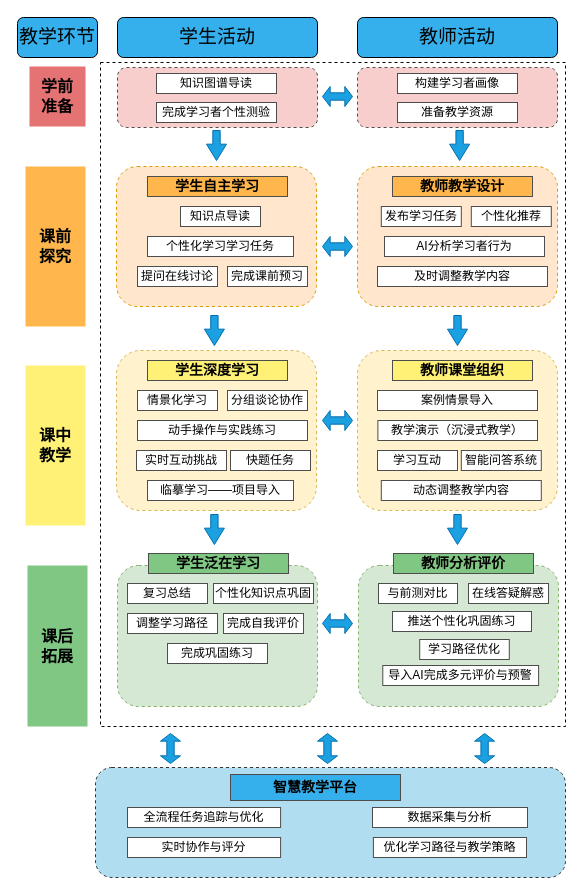
xewy/qimo2 keeps this draw.io diagram as 混合式教学模式框架.drawio. Above is the earlier version. Source tidied: cells renumbered, new cells numbered last; positions are measured from the earlier drawing's top-left corner, leaving out a move shared by most shapes. Both pictures are drawn from the tidied source at 100%, with x=0, y=0 at pixel (17, 17).
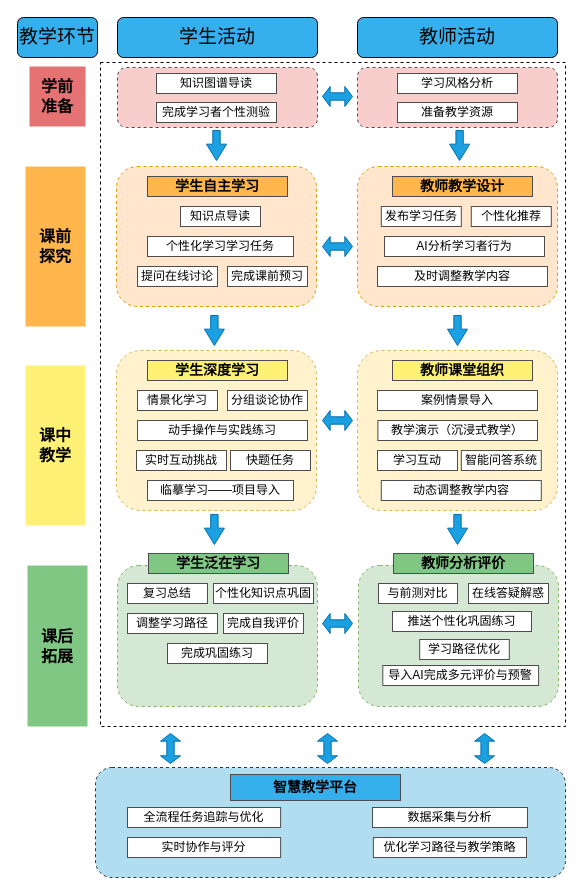
After the change.

Commit message:
更新混合式教学模式框架.drawio

Diff of the diagram source:
```diff
@@
-    <mxCell id="14" value="构建学习者画像" style="rounded=0;whiteSpace=wrap;html=1;strokeWidth=1;strokeColor=#4D4D4D;" parent="1" vertex="1">
+    <mxCell id="14" value="学习风格分析" style="rounded=0;whiteSpace=wrap;html=1;strokeWidth=1;strokeColor=#4D4D4D;" parent="1" vertex="1">
       <mxGeometry x="380" y="56" width="120" height="20" as="geometry" />
     </mxCell>
```
